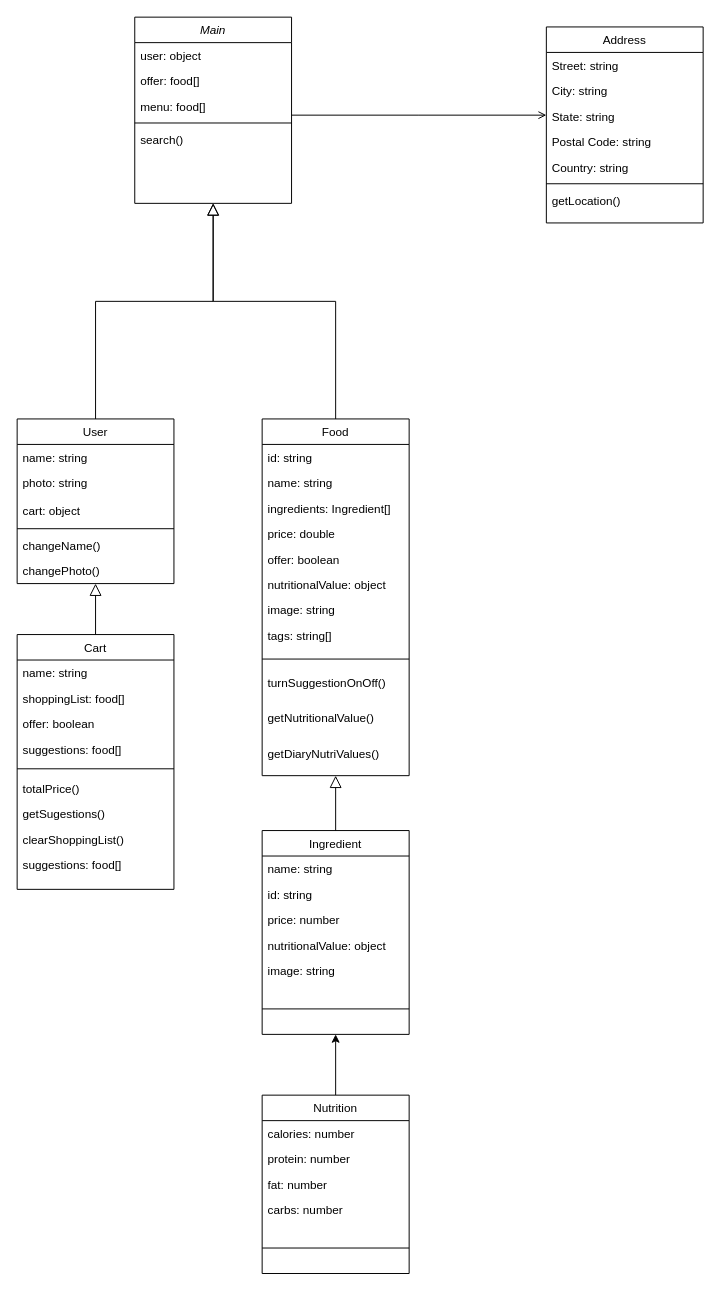
The draw.io diagram foodee/foodeeUML.drawio in TrezzeIohan/Foodee, before the edit. Source tidied: cells renumbered, new cells numbered last; positions are measured from the earlier drawing's top-left corner, leaving out a move shared by most shapes. Both pictures are drawn from the tidied source at 98%, with x=0, y=0 at pixel (17, -5).
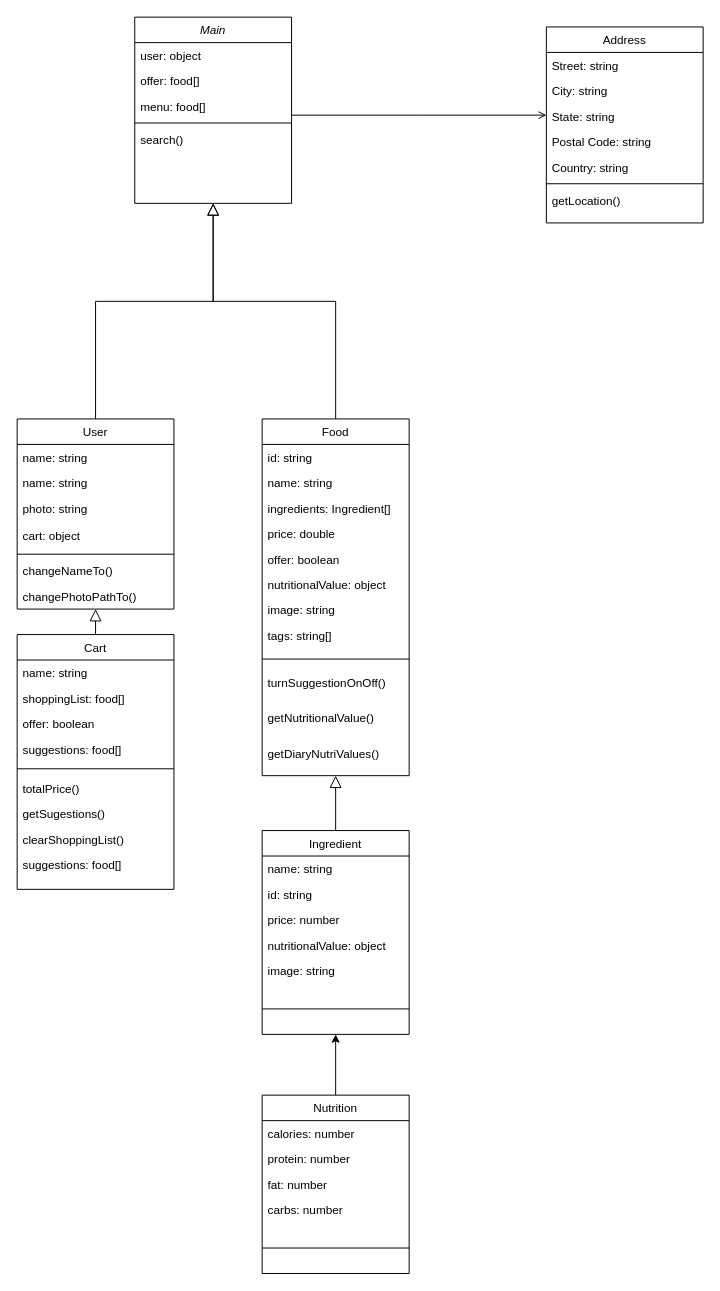
The same diagram, later.

Commit message (it also covers changes not shown here):
User model done

Change to the diagram source:
```diff
@@
     <mxCell id="8" value="User" style="swimlane;fontStyle=0;align=center;verticalAlign=top;horizontal=1;startSize=26;rounded=0;shadow=0;strokeWidth=1;labelBackgroundColor=none;" parent="1" vertex="1">
-      <mxGeometry y="432" width="160" height="168" as="geometry" />
+      <mxGeometry y="432" width="160" height="194" as="geometry" />
     </mxCell>
@@
+    <mxCell id="65" value="name: string" style="text;align=left;verticalAlign=top;spacingLeft=4;spacingRight=4;overflow=hidden;labelBackgroundColor=none;" parent="8" vertex="1">
+      <mxGeometry y="52" width="160" height="26" as="geometry" />
+    </mxCell>
     <mxCell id="10" value="photo: string" style="text;align=left;verticalAlign=top;spacingLeft=4;spacingRight=4;overflow=hidden;rounded=0;shadow=0;html=0;labelBackgroundColor=none;" parent="8" vertex="1">
-      <mxGeometry y="52" width="160" height="28" as="geometry" />
+      <mxGeometry y="78" width="160" height="28" as="geometry" />
     </mxCell>
     <mxCell id="11" value="cart: object" style="text;align=left;verticalAlign=top;spacingLeft=4;spacingRight=4;overflow=hidden;rounded=0;shadow=0;html=0;labelBackgroundColor=none;" parent="8" vertex="1">
-      <mxGeometry y="80" width="160" height="28" as="geometry" />
+      <mxGeometry y="106" width="160" height="28" as="geometry" />
     </mxCell>
     <mxCell id="12" style="line;html=1;strokeWidth=1;align=left;verticalAlign=middle;spacingTop=-1;spacingLeft=3;spacingRight=3;labelPosition=right;labelBackgroundColor=none;" parent="8" vertex="1">
-      <mxGeometry y="108" width="160" height="8" as="geometry" />
+      <mxGeometry y="134" width="160" height="8" as="geometry" />
     </mxCell>
-    <mxCell id="13" value="changeName()" style="text;align=left;verticalAlign=top;spacingLeft=4;spacingRight=4;overflow=hidden;fontStyle=0;labelBackgroundColor=none;" parent="8" vertex="1">
-      <mxGeometry y="116" width="160" height="26" as="geometry" />
+    <mxCell id="13" value="changeNameTo()" style="text;align=left;verticalAlign=top;spacingLeft=4;spacingRight=4;overflow=hidden;fontStyle=0;labelBackgroundColor=none;" parent="8" vertex="1">
+      <mxGeometry y="142" width="160" height="26" as="geometry" />
     </mxCell>
-    <mxCell id="14" value="changePhoto()" style="text;align=left;verticalAlign=top;spacingLeft=4;spacingRight=4;overflow=hidden;points=[[0,0.5],[1,0.5]];portConstraint=eastwest;labelBackgroundColor=none;" parent="8" vertex="1">
-      <mxGeometry y="142" width="160" height="26" as="geometry" />
+    <mxCell id="14" value="changePhotoPathTo()" style="text;align=left;verticalAlign=top;spacingLeft=4;spacingRight=4;overflow=hidden;points=[[0,0.5],[1,0.5]];portConstraint=eastwest;labelBackgroundColor=none;" parent="8" vertex="1">
+      <mxGeometry y="168" width="160" height="26" as="geometry" />
     </mxCell>
```
